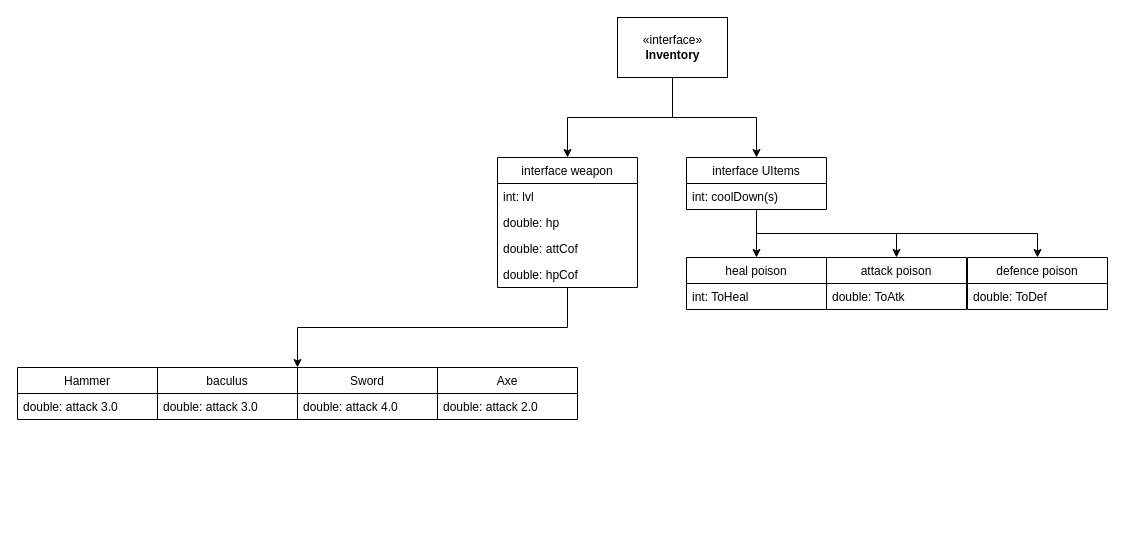
Earlier version of the draw.io diagram page "Inventory(weapon,UItems)" (2 of 3) of src/plan/projectDiagram.drawio (vfedychkanych/MyPlayProj). Source tidied: cells renumbered, new cells numbered last; positions are measured from the earlier drawing's top-left corner, leaving out a move shared by most shapes. Both pictures are drawn from the tidied source at 100%, with x=0, y=0 at pixel (17, 17).
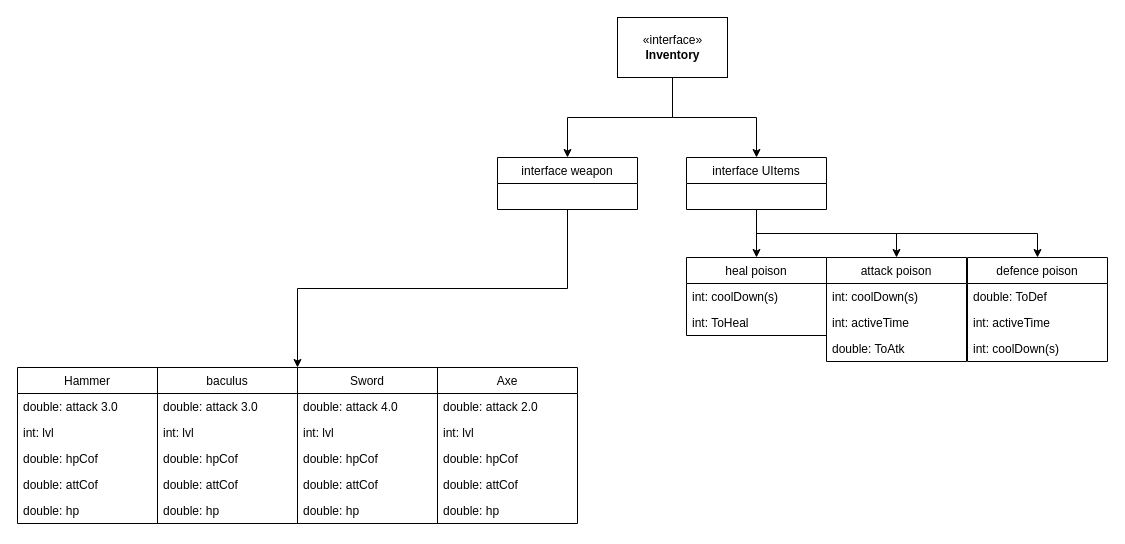
The same diagram, later.

The change refers to these unchanged cells:
```xml
<mxCell id="22" value="interface UItems" style="swimlane;fontStyle=0;horizontal=1;startSize=26;fillColor=none;" parent="1" vertex="1">
  <mxGeometry x="669" y="140" width="140" height="52" as="geometry" />
</mxCell>
```

The edit, as a diff of the source:
```diff
@@
     <mxCell id="2" value="Axe" style="swimlane;fontStyle=0;horizontal=1;startSize=26;fillColor=none;" parent="1" vertex="1">
-      <mxGeometry x="420" y="350" width="140" height="52" as="geometry" />
+      <mxGeometry x="420" y="350" width="140" height="156" as="geometry" />
     </mxCell>
@@
+    <mxCell id="30" value="int: lvl" style="text;strokeColor=none;fillColor=none;align=left;verticalAlign=top;spacingLeft=4;spacingRight=4;overflow=hidden;" parent="2" vertex="1">
+      <mxGeometry y="52" width="140" height="26" as="geometry" />
+    </mxCell>
+    <mxCell id="18" value="double: hpCof" style="text;strokeColor=none;fillColor=none;align=left;verticalAlign=top;spacingLeft=4;spacingRight=4;overflow=hidden;" parent="2" vertex="1">
+      <mxGeometry y="78" width="140" height="26" as="geometry" />
+    </mxCell>
+    <mxCell id="17" value="double: attCof" style="text;strokeColor=none;fillColor=none;align=left;verticalAlign=top;spacingLeft=4;spacingRight=4;overflow=hidden;" parent="2" vertex="1">
+      <mxGeometry y="104" width="140" height="26" as="geometry" />
+    </mxCell>
+    <mxCell id="31" value="double: hp" style="text;strokeColor=none;fillColor=none;align=left;verticalAlign=top;spacingLeft=4;spacingRight=4;overflow=hidden;" parent="2" vertex="1">
+      <mxGeometry y="130" width="140" height="26" as="geometry" />
+    </mxCell>
     <mxCell id="4" value="Sword" style="swimlane;fontStyle=0;horizontal=1;startSize=26;fillColor=none;" parent="1" vertex="1">
-      <mxGeometry x="280" y="350" width="140" height="52" as="geometry" />
+      <mxGeometry x="280" y="350" width="140" height="156" as="geometry" />
     </mxCell>
@@
+    <mxCell id="32" value="int: lvl" style="text;strokeColor=none;fillColor=none;align=left;verticalAlign=top;spacingLeft=4;spacingRight=4;overflow=hidden;" parent="4" vertex="1">
+      <mxGeometry y="52" width="140" height="26" as="geometry" />
+    </mxCell>
+    <mxCell id="33" value="double: hpCof" style="text;strokeColor=none;fillColor=none;align=left;verticalAlign=top;spacingLeft=4;spacingRight=4;overflow=hidden;" parent="4" vertex="1">
+      <mxGeometry y="78" width="140" height="26" as="geometry" />
+    </mxCell>
+    <mxCell id="34" value="double: attCof" style="text;strokeColor=none;fillColor=none;align=left;verticalAlign=top;spacingLeft=4;spacingRight=4;overflow=hidden;" parent="4" vertex="1">
+      <mxGeometry y="104" width="140" height="26" as="geometry" />
+    </mxCell>
+    <mxCell id="35" value="double: hp" style="text;strokeColor=none;fillColor=none;align=left;verticalAlign=top;spacingLeft=4;spacingRight=4;overflow=hidden;" parent="4" vertex="1">
+      <mxGeometry y="130" width="140" height="26" as="geometry" />
+    </mxCell>
     <mxCell id="6" value="baculus" style="swimlane;fontStyle=0;horizontal=1;startSize=26;fillColor=none;" parent="1" vertex="1">
-      <mxGeometry x="140" y="350" width="140" height="52" as="geometry" />
+      <mxGeometry x="140" y="350" width="140" height="156" as="geometry" />
     </mxCell>
@@
+    <mxCell id="36" value="int: lvl" style="text;strokeColor=none;fillColor=none;align=left;verticalAlign=top;spacingLeft=4;spacingRight=4;overflow=hidden;" parent="6" vertex="1">
+      <mxGeometry y="52" width="140" height="26" as="geometry" />
+    </mxCell>
+    <mxCell id="37" value="double: hpCof" style="text;strokeColor=none;fillColor=none;align=left;verticalAlign=top;spacingLeft=4;spacingRight=4;overflow=hidden;" parent="6" vertex="1">
+      <mxGeometry y="78" width="140" height="26" as="geometry" />
+    </mxCell>
+    <mxCell id="38" value="double: attCof" style="text;strokeColor=none;fillColor=none;align=left;verticalAlign=top;spacingLeft=4;spacingRight=4;overflow=hidden;" parent="6" vertex="1">
+      <mxGeometry y="104" width="140" height="26" as="geometry" />
+    </mxCell>
+    <mxCell id="39" value="double: hp" style="text;strokeColor=none;fillColor=none;align=left;verticalAlign=top;spacingLeft=4;spacingRight=4;overflow=hidden;" parent="6" vertex="1">
+      <mxGeometry y="130" width="140" height="26" as="geometry" />
+    </mxCell>
     <mxCell id="8" value="Hammer" style="swimlane;fontStyle=0;horizontal=1;startSize=26;fillColor=none;" parent="1" vertex="1">
-      <mxGeometry y="350" width="140" height="52" as="geometry" />
+      <mxGeometry y="350" width="140" height="156" as="geometry" />
     </mxCell>
@@
+    <mxCell id="40" value="int: lvl" style="text;strokeColor=none;fillColor=none;align=left;verticalAlign=top;spacingLeft=4;spacingRight=4;overflow=hidden;" parent="8" vertex="1">
+      <mxGeometry y="52" width="140" height="26" as="geometry" />
+    </mxCell>
+    <mxCell id="41" value="double: hpCof" style="text;strokeColor=none;fillColor=none;align=left;verticalAlign=top;spacingLeft=4;spacingRight=4;overflow=hidden;" parent="8" vertex="1">
+      <mxGeometry y="78" width="140" height="26" as="geometry" />
+    </mxCell>
+    <mxCell id="42" value="double: attCof" style="text;strokeColor=none;fillColor=none;align=left;verticalAlign=top;spacingLeft=4;spacingRight=4;overflow=hidden;" parent="8" vertex="1">
+      <mxGeometry y="104" width="140" height="26" as="geometry" />
+    </mxCell>
+    <mxCell id="43" value="double: hp" style="text;strokeColor=none;fillColor=none;align=left;verticalAlign=top;spacingLeft=4;spacingRight=4;overflow=hidden;" parent="8" vertex="1">
+      <mxGeometry y="130" width="140" height="26" as="geometry" />
+    </mxCell>
@@
     <mxCell id="14" value="interface weapon" style="swimlane;fontStyle=0;horizontal=1;startSize=26;fillColor=none;" parent="1" vertex="1">
-      <mxGeometry x="480" y="140" width="140" height="130" as="geometry" />
+      <mxGeometry x="480" y="140" width="140" height="52" as="geometry" />
     </mxCell>
-    <mxCell id="15" value="int: lvl" style="text;strokeColor=none;fillColor=none;align=left;verticalAlign=top;spacingLeft=4;spacingRight=4;overflow=hidden;" parent="14" vertex="1">
-      <mxGeometry y="26" width="140" height="26" as="geometry" />
-    </mxCell>
-    <mxCell id="16" value="double: hp" style="text;strokeColor=none;fillColor=none;align=left;verticalAlign=top;spacingLeft=4;spacingRight=4;overflow=hidden;" parent="14" vertex="1">
-      <mxGeometry y="52" width="140" height="26" as="geometry" />
-    </mxCell>
-    <mxCell id="17" value="double: attCof" style="text;strokeColor=none;fillColor=none;align=left;verticalAlign=top;spacingLeft=4;spacingRight=4;overflow=hidden;" parent="14" vertex="1">
-      <mxGeometry y="78" width="140" height="26" as="geometry" />
-    </mxCell>
-    <mxCell id="18" value="double: hpCof" style="text;strokeColor=none;fillColor=none;align=left;verticalAlign=top;spacingLeft=4;spacingRight=4;overflow=hidden;" parent="14" vertex="1">
-      <mxGeometry y="104" width="140" height="26" as="geometry" />
-    </mxCell>
@@
-    <mxCell id="23" value="int: coolDown(s)" style="text;strokeColor=none;fillColor=none;align=left;verticalAlign=top;spacingLeft=4;spacingRight=4;overflow=hidden;" parent="22" vertex="1">
-      <mxGeometry y="26" width="140" height="26" as="geometry" />
-    </mxCell>
     <mxCell id="24" value="heal poison" style="swimlane;fontStyle=0;horizontal=1;startSize=26;fillColor=none;" parent="1" vertex="1">
-      <mxGeometry x="669" y="240" width="140" height="52" as="geometry" />
+      <mxGeometry x="669" y="240" width="140" height="78" as="geometry" />
     </mxCell>
+    <mxCell id="44" value="int: coolDown(s)" style="text;strokeColor=none;fillColor=none;align=left;verticalAlign=top;spacingLeft=4;spacingRight=4;overflow=hidden;" parent="24" vertex="1">
+      <mxGeometry y="26" width="140" height="26" as="geometry" />
+    </mxCell>
     <mxCell id="25" value="int: ToHeal" style="text;strokeColor=none;fillColor=none;align=left;verticalAlign=top;spacingLeft=4;spacingRight=4;overflow=hidden;" parent="24" vertex="1">
-      <mxGeometry y="26" width="140" height="26" as="geometry" />
+      <mxGeometry y="52" width="140" height="26" as="geometry" />
     </mxCell>
     <mxCell id="26" value="attack poison" style="swimlane;fontStyle=0;horizontal=1;startSize=26;fillColor=none;" parent="1" vertex="1">
-      <mxGeometry x="809" y="240" width="140" height="52" as="geometry" />
+      <mxGeometry x="809" y="240" width="140" height="104" as="geometry" />
     </mxCell>
+    <mxCell id="45" value="int: coolDown(s)" style="text;strokeColor=none;fillColor=none;align=left;verticalAlign=top;spacingLeft=4;spacingRight=4;overflow=hidden;" parent="26" vertex="1">
+      <mxGeometry y="26" width="140" height="26" as="geometry" />
+    </mxCell>
+    <mxCell id="23" value="int: activeTime" style="text;strokeColor=none;fillColor=none;align=left;verticalAlign=top;spacingLeft=4;spacingRight=4;overflow=hidden;" parent="26" vertex="1">
+      <mxGeometry y="52" width="140" height="26" as="geometry" />
+    </mxCell>
     <mxCell id="27" value="double: ToAtk" style="text;strokeColor=none;fillColor=none;align=left;verticalAlign=top;spacingLeft=4;spacingRight=4;overflow=hidden;" parent="26" vertex="1">
-      <mxGeometry y="26" width="140" height="26" as="geometry" />
+      <mxGeometry y="78" width="140" height="26" as="geometry" />
     </mxCell>
     <mxCell id="28" value="defence poison" style="swimlane;fontStyle=0;horizontal=1;startSize=26;fillColor=none;" parent="1" vertex="1">
-      <mxGeometry x="950" y="240" width="140" height="52" as="geometry" />
+      <mxGeometry x="950" y="240" width="140" height="104" as="geometry" />
     </mxCell>
@@
+    <mxCell id="46" value="int: activeTime" style="text;strokeColor=none;fillColor=none;align=left;verticalAlign=top;spacingLeft=4;spacingRight=4;overflow=hidden;" parent="28" vertex="1">
+      <mxGeometry y="52" width="140" height="26" as="geometry" />
+    </mxCell>
+    <mxCell id="47" value="int: coolDown(s)" style="text;strokeColor=none;fillColor=none;align=left;verticalAlign=top;spacingLeft=4;spacingRight=4;overflow=hidden;" parent="28" vertex="1">
+      <mxGeometry y="78" width="140" height="26" as="geometry" />
+    </mxCell>
```
